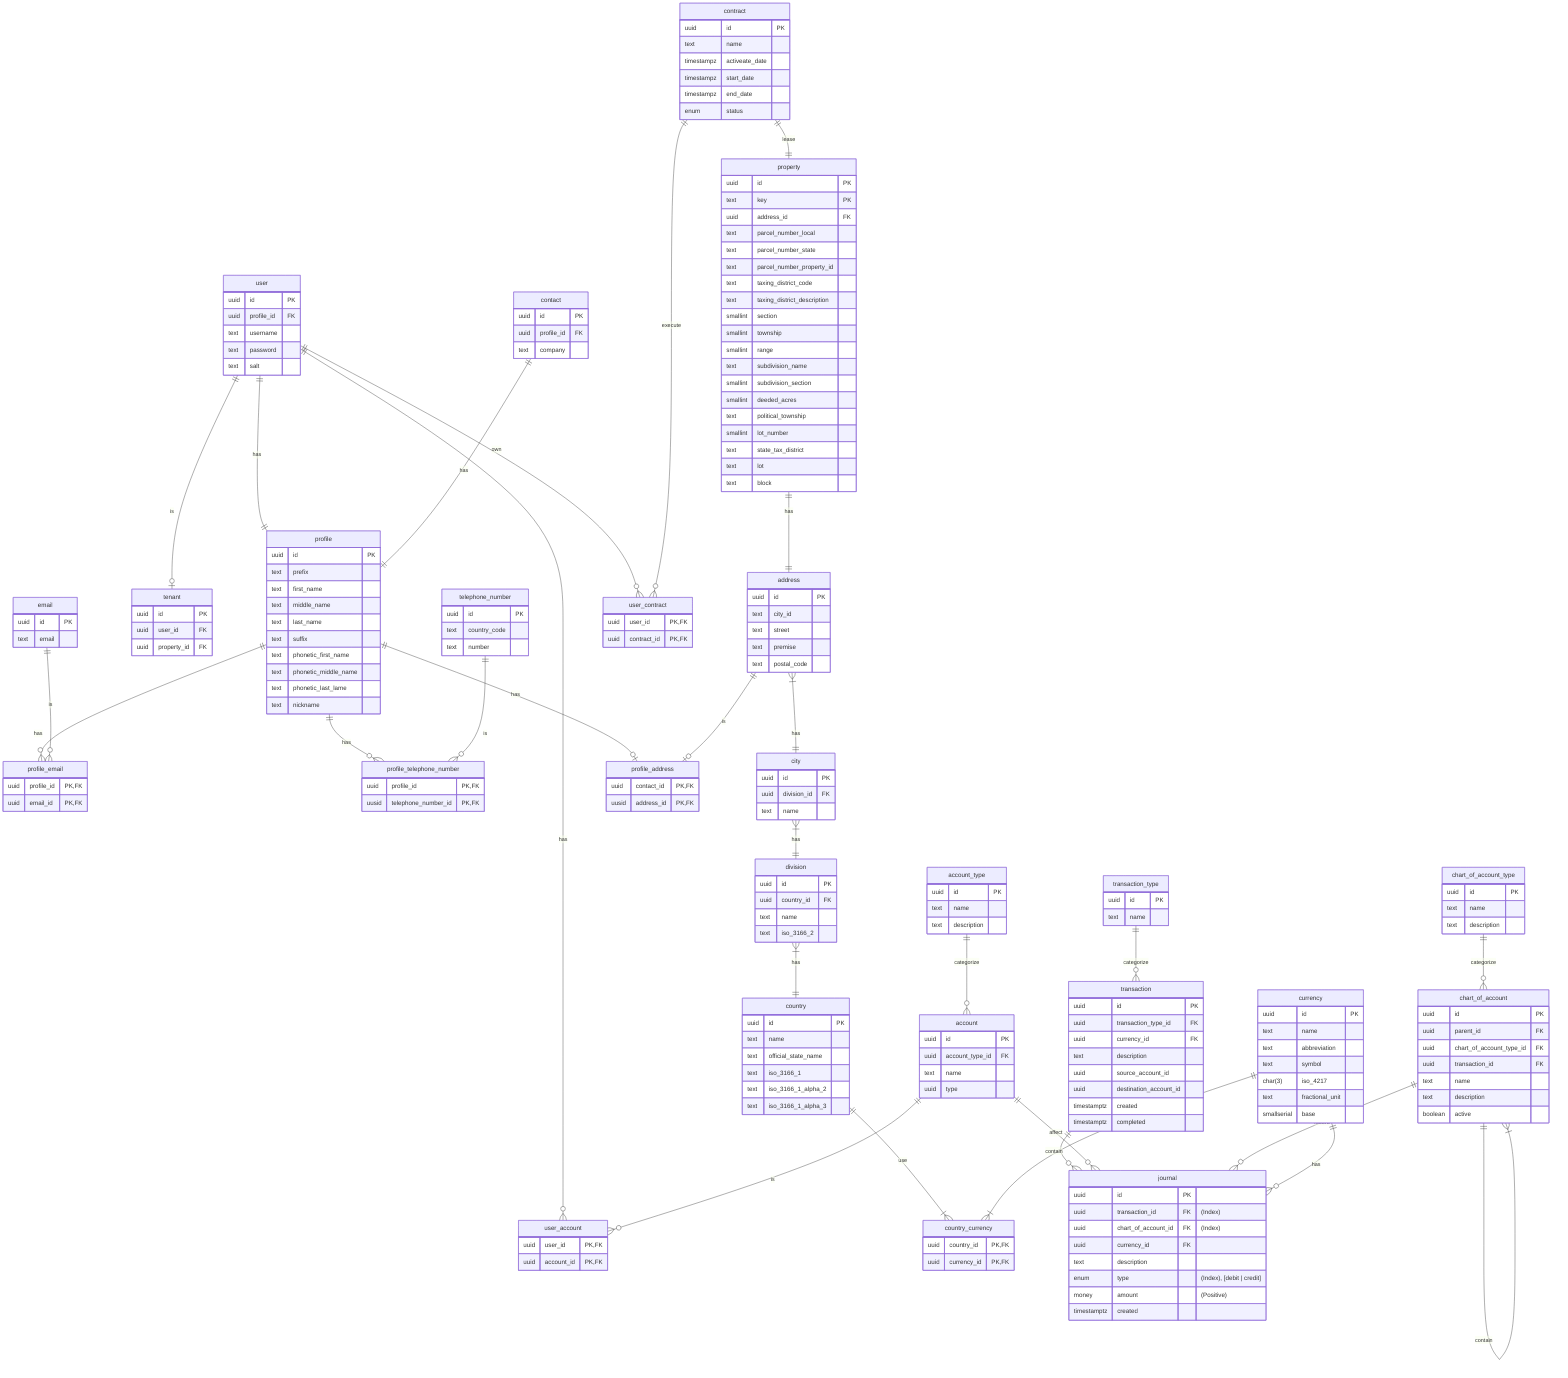
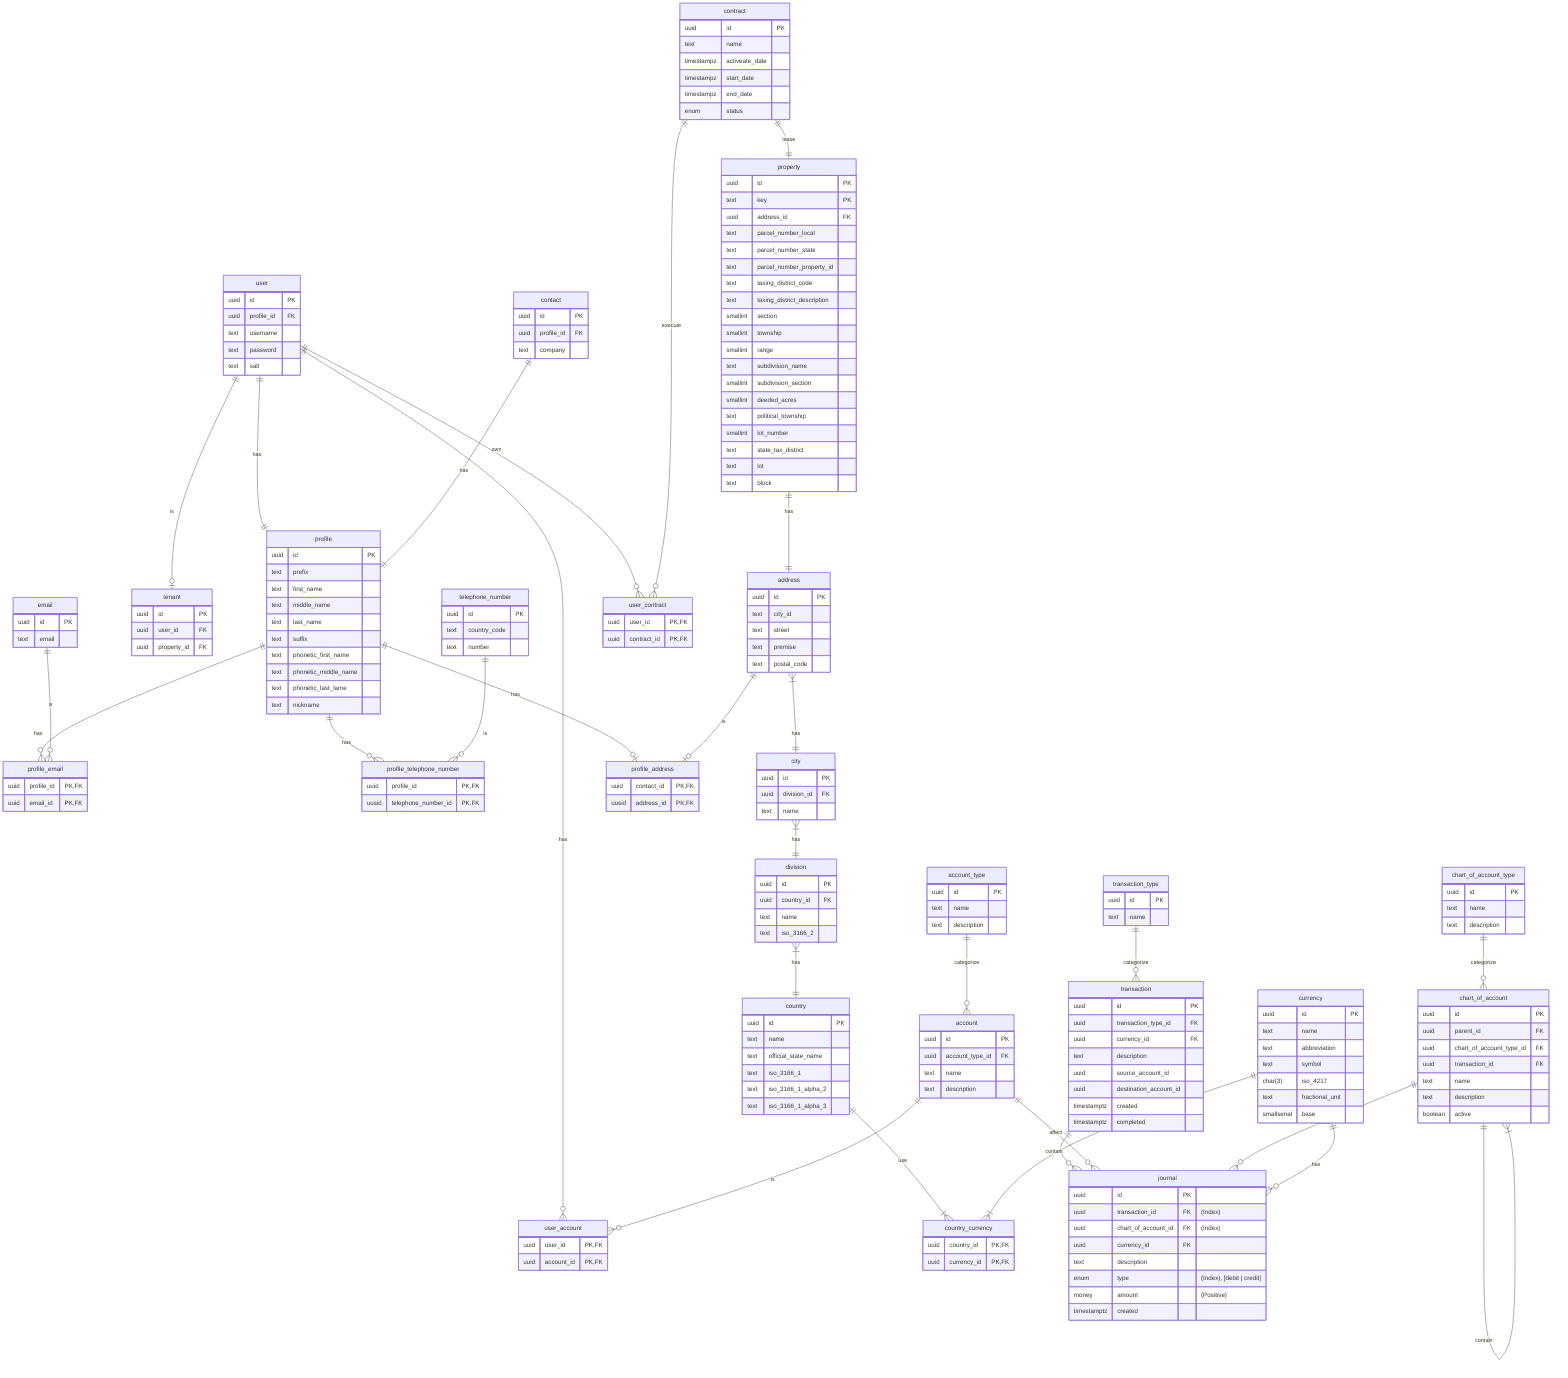
erDiagram

    %%%%%%%%%%%%%
    %% General %%
    %%%%%%%%%%%%%

    %% User
    %% The user of the system
    user ||--|| profile : has
    user ||--o{ user_account : has
    user ||--o| tenant : is
    user {
        uuid id PK
        uuid profile_id FK
        text username
        text password
        text salt
    }

    %% User Account
    user_account {
        uuid user_id PK,FK
        uuid account_id PK,FK
    }

    %% Contact
    contact ||--|| profile : has
    contact {
        uuid id PK
        uuid profile_id FK
        text company
    }

    %% Profile
    profile {
        uuid id PK
        text prefix
        text first_name
        text middle_name
        text last_name
        text suffix
        text phonetic_first_name
        text phonetic_middle_name
        text phonetic_last_lame
        text nickname
    }

    %% Email
    email {
        uuid id PK
        text email
    }

    profile ||--o{ profile_email : has
    email ||--o{ profile_email : is
    profile_email {
        uuid profile_id PK,FK
        uuid email_id PK,FK
    }

    %% Telephone Number
    telephone_number {
        uuid id PK
        text country_code
        text number
    }

    profile ||--o{ profile_telephone_number : has
    telephone_number ||--o{ profile_telephone_number : is
    profile_telephone_number {
        uuid profile_id PK,FK
        uusid telephone_number_id PK,FK
    }

    %% Address
    address }|--|| city : has
    address {
        uuid id PK
        text city_id
        text street
        text premise
        text postal_code
    }

    profile ||--o| profile_address : has
    address ||--o| profile_address : is
    profile_address {
        uuid contact_id PK,FK
        uusid address_id PK,FK
    }

    %% City
    city }|--|| division : has
    city {
        uuid id PK
        uuid division_id FK
        text name
    }

    %% Division
    division }|--|| country : has
    division {
        uuid id PK
        uuid country_id FK
        text name
        text iso_3166_2
    }

    %% Country
    country ||--|{ country_currency : use
    country {
        uuid id PK
        text name
        text official_state_name
        text iso_3166_1
        text iso_3166_1_alpha_2
        text iso_3166_1_alpha_3
    }

    %% Transaction
    transaction ||--o{ journal : contain
    transaction {
        uuid id PK
        uuid transaction_type_id FK
        uuid currency_id FK
        text description
        uuid source_account_id
        uuid destination_account_id
        timestamptz created
        timestamptz completed
        %% money original_cost
        %% money tax
        %% money adjustment
        %% money discount
        %% enum tax_expense
    }

    %% Transaction Type
    transaction_type ||--o{ transaction : categorize
    transaction_type {
        uuid id PK
        text name
    }

    %% Tenant
    tenant {
        uuid id PK
        uuid user_id FK
        uuid property_id FK
    }

    %% Contract
    contract ||--|| property : lease
    contract {
        uuid id PK
        text name
        timestampz activeate_date
        timestampz start_date
        timestampz end_date
        enum status
    }

    %% User Contract
    user ||--o{ user_contract : own
    contract ||--o{ user_contract : execute
    user_contract {
        uuid user_id PK,FK
        uuid contract_id PK,FK
    }

    %% Property
    property ||--|| address : has
    property {
        uuid id PK
        text key PK
        uuid address_id FK
        text parcel_number_local
        text parcel_number_state
        text parcel_number_property_id
        text taxing_district_code
        text taxing_district_description
        smallint section
        smallint township
        smallint range
        text subdivision_name
        smallint subdivision_section
        smallint deeded_acres
        text political_township
        smallint lot_number
        text state_tax_district
        text lot
        text block
    }

    %%%%%%%%%%%%%
    %% Finance %%
    %%%%%%%%%%%%%

    %% Account
    account ||--o{ user_account : is
    account ||--o{ journal : affect
    account {
        uuid id PK
        uuid account_type_id FK
        text name
-         uuid type
+         text description
    }

    account_type ||--o{ account : categorize
    account_type {
        uuid id PK
        text name
        text description
    }

    %% Chart of Account
    %% Asset, Liability, Equity, Revenue, Expense, Other
    chart_of_account ||--|{ chart_of_account : contain
    chart_of_account ||--o{ journal : record
    chart_of_account {
        uuid id PK
        uuid parent_id FK
        uuid chart_of_account_type_id FK
        uuid transaction_id FK
        text name
        text description
        boolean active
    }

    %% Chart of Account Type
    chart_of_account_type ||--o{ chart_of_account : categorize
    chart_of_account_type {
        uuid id PK
        text name
        text description
    }

    %% Journal
    %% Chronological listing of business events using accounting
    %% debit-and-credit language
    %% Ledger
    %% Copy of journal's events, sorted by category or account
    journal {
        uuid id PK
        uuid transaction_id FK "(Index)"
        uuid chart_of_account_id FK "(Index)"
        uuid currency_id FK
        text description
        enum type "(Index), [debit | credit]"
        money amount "(Positive)"
        timestamptz created
    }

    %% Currency
    currency ||--|{ country_currency : has
    currency ||--o{ journal : has
    currency {
        uuid id PK
        text name
        text abbreviation
        text symbol
        char(3) iso_4217
        text fractional_unit
        smallserial base
    }

    country_currency {
        uuid country_id PK,FK
        uuid currency_id PK,FK
    }
